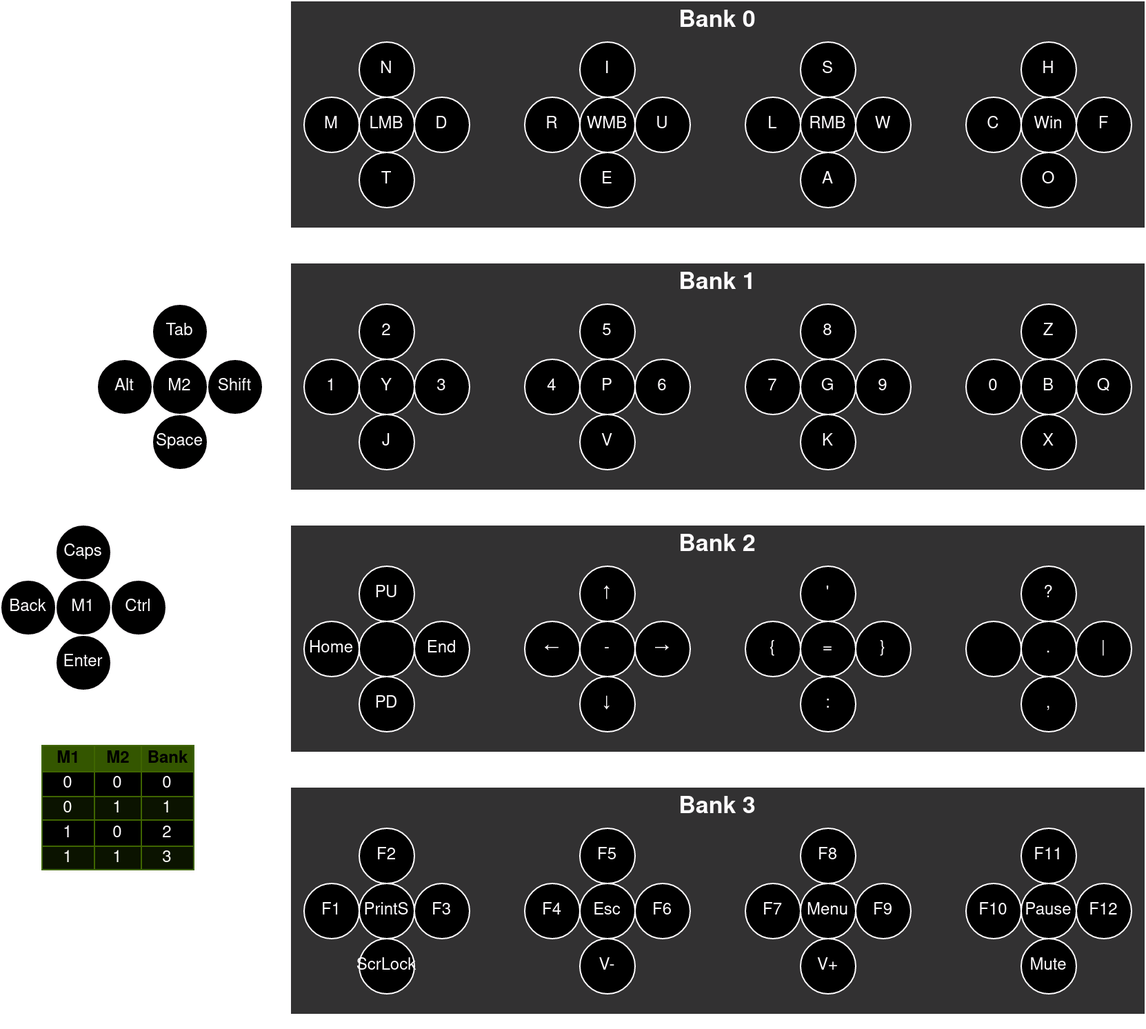
Earlier version of the draw.io export docs/layout.png (ARDev1161/ThinkBoard). Source tidied: cells renumbered, new cells last; positions are measured from the earlier drawing's top-left corner, leaving out a move shared by most shapes.
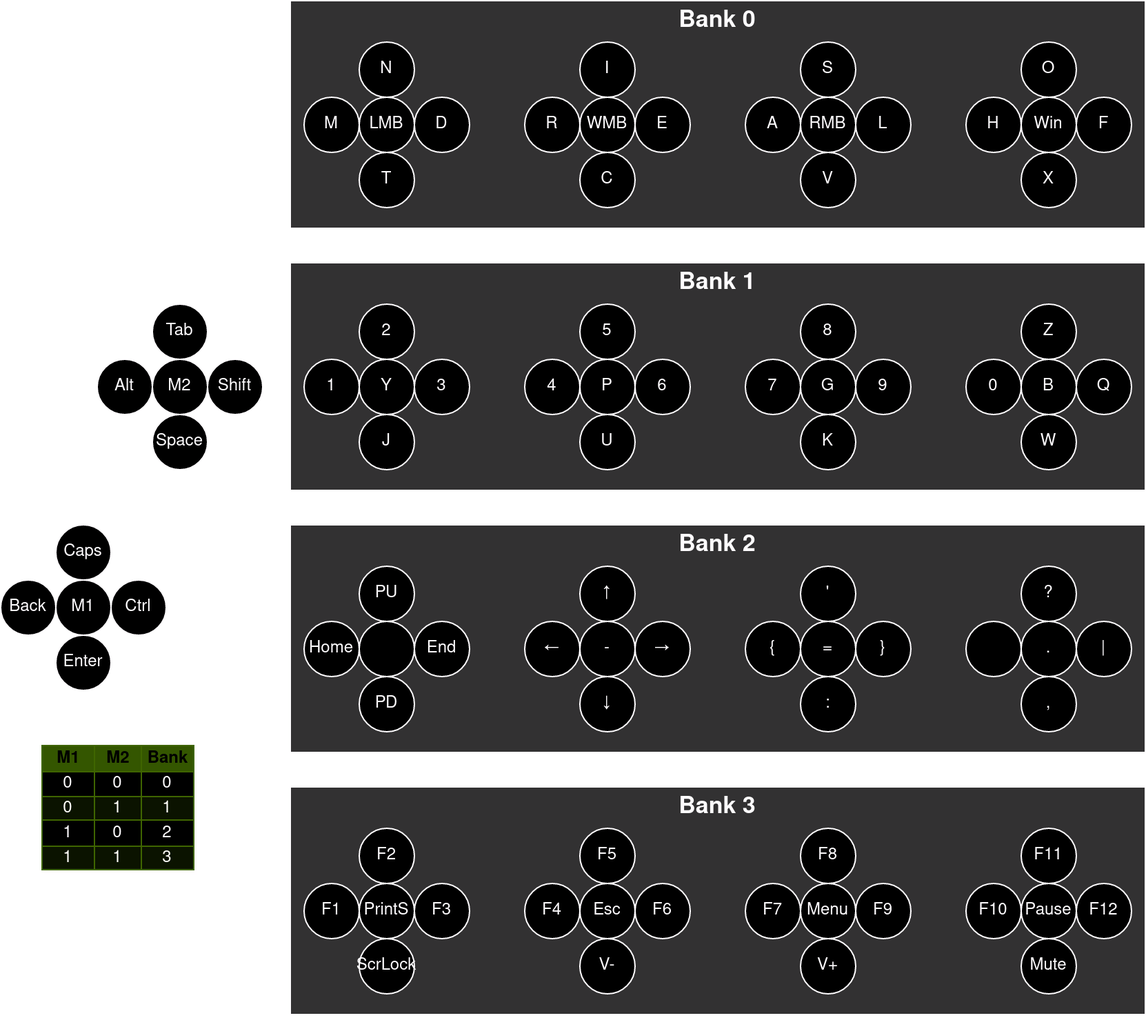
Above is the later version.

Commit message:
feat(keymap.h): change keymap for easiest ctrl-v ctrl-c & ctrl-x combinations

The edit, as a diff of the source:
```diff
@@ -377,7 +377,7 @@
     <mxCell id="126" style="ellipse;whiteSpace=wrap;html=1;" parent="117" vertex="1">
       <mxGeometry x="40" y="80" width="40" height="40" as="geometry" />
     </mxCell>
-    <mxCell id="127" value="V" style="text;html=1;strokeColor=none;fillColor=none;align=center;verticalAlign=middle;whiteSpace=wrap;rounded=0;" parent="117" vertex="1">
+    <mxCell id="127" value="U" style="text;html=1;strokeColor=none;fillColor=none;align=center;verticalAlign=middle;whiteSpace=wrap;rounded=0;" parent="117" vertex="1">
       <mxGeometry x="40" y="80" width="40" height="40" as="geometry" />
     </mxCell>
     <mxCell id="128" style="group;" parent="116" vertex="1">
@@ -434,7 +434,7 @@
     <mxCell id="145" style="ellipse;whiteSpace=wrap;html=1;" parent="139" vertex="1">
       <mxGeometry x="40" y="80" width="40" height="40" as="geometry" />
     </mxCell>
-    <mxCell id="146" value="X" style="text;html=1;strokeColor=none;fillColor=none;align=center;verticalAlign=middle;whiteSpace=wrap;rounded=0;" parent="139" vertex="1">
+    <mxCell id="146" value="W" style="text;html=1;strokeColor=none;fillColor=none;align=center;verticalAlign=middle;whiteSpace=wrap;rounded=0;" parent="139" vertex="1">
       <mxGeometry x="40" y="80" width="40" height="40" as="geometry" />
     </mxCell>
     <mxCell id="147" value="B" style="text;html=1;strokeColor=none;fillColor=none;align=center;verticalAlign=middle;whiteSpace=wrap;rounded=0;" parent="139" vertex="1">
@@ -506,13 +506,13 @@
     <mxCell id="169" style="ellipse;whiteSpace=wrap;html=1;" parent="163" vertex="1">
       <mxGeometry x="80" y="40" width="40" height="40" as="geometry" />
     </mxCell>
-    <mxCell id="170" value="U" style="text;html=1;strokeColor=none;fillColor=none;align=center;verticalAlign=middle;whiteSpace=wrap;rounded=0;" parent="163" vertex="1">
+    <mxCell id="170" value="E" style="text;html=1;strokeColor=none;fillColor=none;align=center;verticalAlign=middle;whiteSpace=wrap;rounded=0;" parent="163" vertex="1">
       <mxGeometry x="80" y="40" width="40" height="40" as="geometry" />
     </mxCell>
     <mxCell id="171" style="ellipse;whiteSpace=wrap;html=1;" parent="163" vertex="1">
       <mxGeometry x="40" y="80" width="40" height="40" as="geometry" />
     </mxCell>
-    <mxCell id="172" value="E" style="text;html=1;strokeColor=none;fillColor=none;align=center;verticalAlign=middle;whiteSpace=wrap;rounded=0;" parent="163" vertex="1">
+    <mxCell id="172" value="C" style="text;html=1;strokeColor=none;fillColor=none;align=center;verticalAlign=middle;whiteSpace=wrap;rounded=0;" parent="163" vertex="1">
       <mxGeometry x="40" y="80" width="40" height="40" as="geometry" />
     </mxCell>
     <mxCell id="173" value="WMB" style="text;html=1;strokeColor=none;fillColor=none;align=center;verticalAlign=middle;whiteSpace=wrap;rounded=0;" parent="163" vertex="1">
@@ -533,19 +533,19 @@
     <mxCell id="178" style="ellipse;whiteSpace=wrap;html=1;" parent="174" vertex="1">
       <mxGeometry y="40" width="40" height="40" as="geometry" />
     </mxCell>
-    <mxCell id="179" value="L" style="text;html=1;strokeColor=none;fillColor=none;align=center;verticalAlign=middle;whiteSpace=wrap;rounded=0;" parent="174" vertex="1">
+    <mxCell id="179" value="A" style="text;html=1;strokeColor=none;fillColor=none;align=center;verticalAlign=middle;whiteSpace=wrap;rounded=0;" parent="174" vertex="1">
       <mxGeometry y="40" width="40" height="40" as="geometry" />
     </mxCell>
     <mxCell id="180" style="ellipse;whiteSpace=wrap;html=1;" parent="174" vertex="1">
       <mxGeometry x="80" y="40" width="40" height="40" as="geometry" />
     </mxCell>
-    <mxCell id="181" value="W" style="text;html=1;strokeColor=none;fillColor=none;align=center;verticalAlign=middle;whiteSpace=wrap;rounded=0;" parent="174" vertex="1">
+    <mxCell id="181" value="L" style="text;html=1;strokeColor=none;fillColor=none;align=center;verticalAlign=middle;whiteSpace=wrap;rounded=0;" parent="174" vertex="1">
       <mxGeometry x="80" y="40" width="40" height="40" as="geometry" />
     </mxCell>
     <mxCell id="182" style="ellipse;whiteSpace=wrap;html=1;" parent="174" vertex="1">
       <mxGeometry x="40" y="80" width="40" height="40" as="geometry" />
     </mxCell>
-    <mxCell id="183" value="A" style="text;html=1;strokeColor=none;fillColor=none;align=center;verticalAlign=middle;whiteSpace=wrap;rounded=0;" parent="174" vertex="1">
+    <mxCell id="183" value="V" style="text;html=1;strokeColor=none;fillColor=none;align=center;verticalAlign=middle;whiteSpace=wrap;rounded=0;" parent="174" vertex="1">
       <mxGeometry x="40" y="80" width="40" height="40" as="geometry" />
     </mxCell>
     <mxCell id="184" value="RMB" style="text;html=1;strokeColor=none;fillColor=none;align=center;verticalAlign=middle;whiteSpace=wrap;rounded=0;" parent="174" vertex="1">
@@ -557,7 +557,7 @@
     <mxCell id="186" style="ellipse;whiteSpace=wrap;html=1;" parent="185" vertex="1">
       <mxGeometry x="40" width="40" height="40" as="geometry" />
     </mxCell>
-    <mxCell id="187" value="H" style="text;html=1;strokeColor=none;fillColor=none;align=center;verticalAlign=middle;whiteSpace=wrap;rounded=0;" parent="185" vertex="1">
+    <mxCell id="187" value="O" style="text;html=1;strokeColor=none;fillColor=none;align=center;verticalAlign=middle;whiteSpace=wrap;rounded=0;" parent="185" vertex="1">
       <mxGeometry x="40" width="40" height="40" as="geometry" />
     </mxCell>
     <mxCell id="188" value="Win" style="ellipse;whiteSpace=wrap;html=1;" parent="185" vertex="1">
@@ -566,7 +566,7 @@
     <mxCell id="189" style="ellipse;whiteSpace=wrap;html=1;" parent="185" vertex="1">
       <mxGeometry y="40" width="40" height="40" as="geometry" />
     </mxCell>
-    <mxCell id="190" value="C" style="text;html=1;strokeColor=none;fillColor=none;align=center;verticalAlign=middle;whiteSpace=wrap;rounded=0;" parent="185" vertex="1">
+    <mxCell id="190" value="H" style="text;html=1;strokeColor=none;fillColor=none;align=center;verticalAlign=middle;whiteSpace=wrap;rounded=0;" parent="185" vertex="1">
       <mxGeometry y="40" width="40" height="40" as="geometry" />
     </mxCell>
     <mxCell id="191" style="ellipse;whiteSpace=wrap;html=1;" parent="185" vertex="1">
@@ -578,7 +578,7 @@
     <mxCell id="193" style="ellipse;whiteSpace=wrap;html=1;" parent="185" vertex="1">
       <mxGeometry x="40" y="80" width="40" height="40" as="geometry" />
     </mxCell>
-    <mxCell id="194" value="O" style="text;html=1;strokeColor=none;fillColor=none;align=center;verticalAlign=middle;whiteSpace=wrap;rounded=0;" parent="185" vertex="1">
+    <mxCell id="194" value="X" style="text;html=1;strokeColor=none;fillColor=none;align=center;verticalAlign=middle;whiteSpace=wrap;rounded=0;" parent="185" vertex="1">
       <mxGeometry x="40" y="80" width="40" height="40" as="geometry" />
     </mxCell>
     <mxCell id="195" style="group;" parent="162" vertex="1">
```
